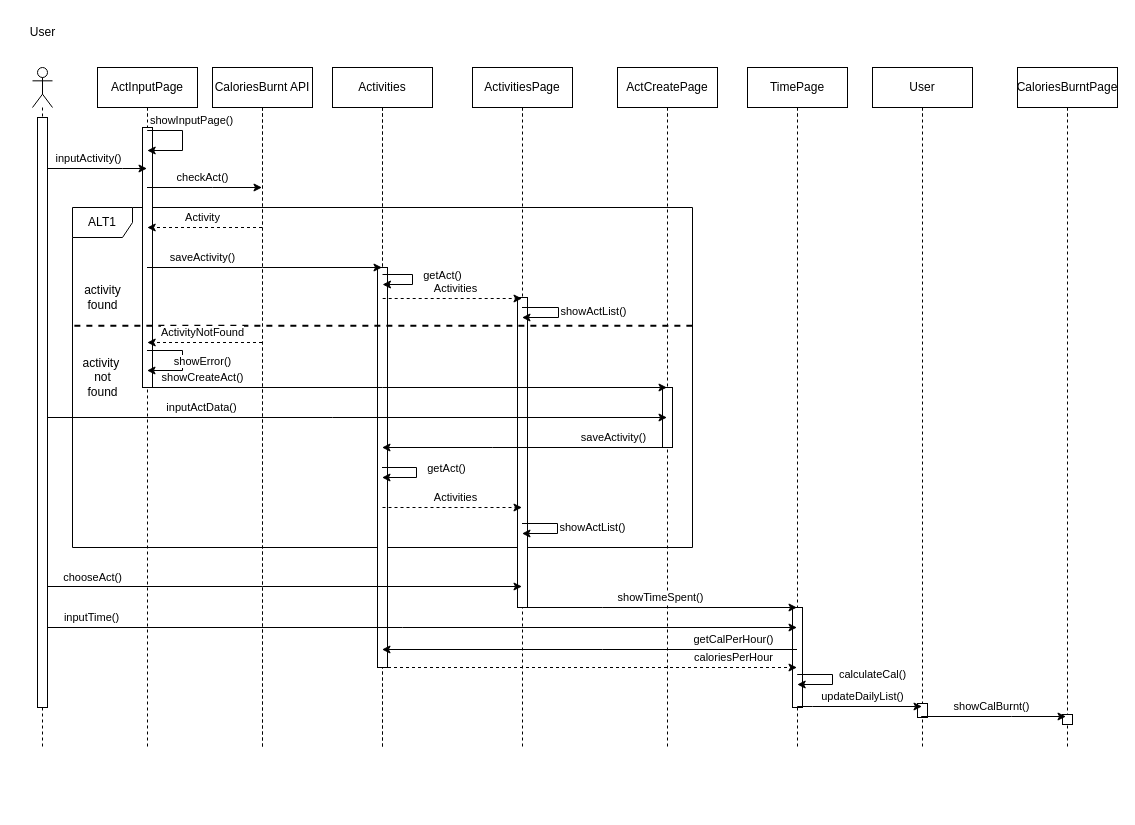
Before: ΤΕΛΙΚΟ ΠΑΡΑΔΟΤΕΟ/Sequence-diagrams-v1.0/sd_άθληση_και_υπολογισμός_θερμίδων.drawio in Dionkaps/Eu-Zin, a draw.io diagram. Source tidied: cells renumbered, new cells numbered last; positions are measured from the earlier drawing's top-left corner, leaving out a move shared by most shapes. Both pictures are drawn from the tidied source at 100%, with x=0, y=0 at pixel (17, 17).
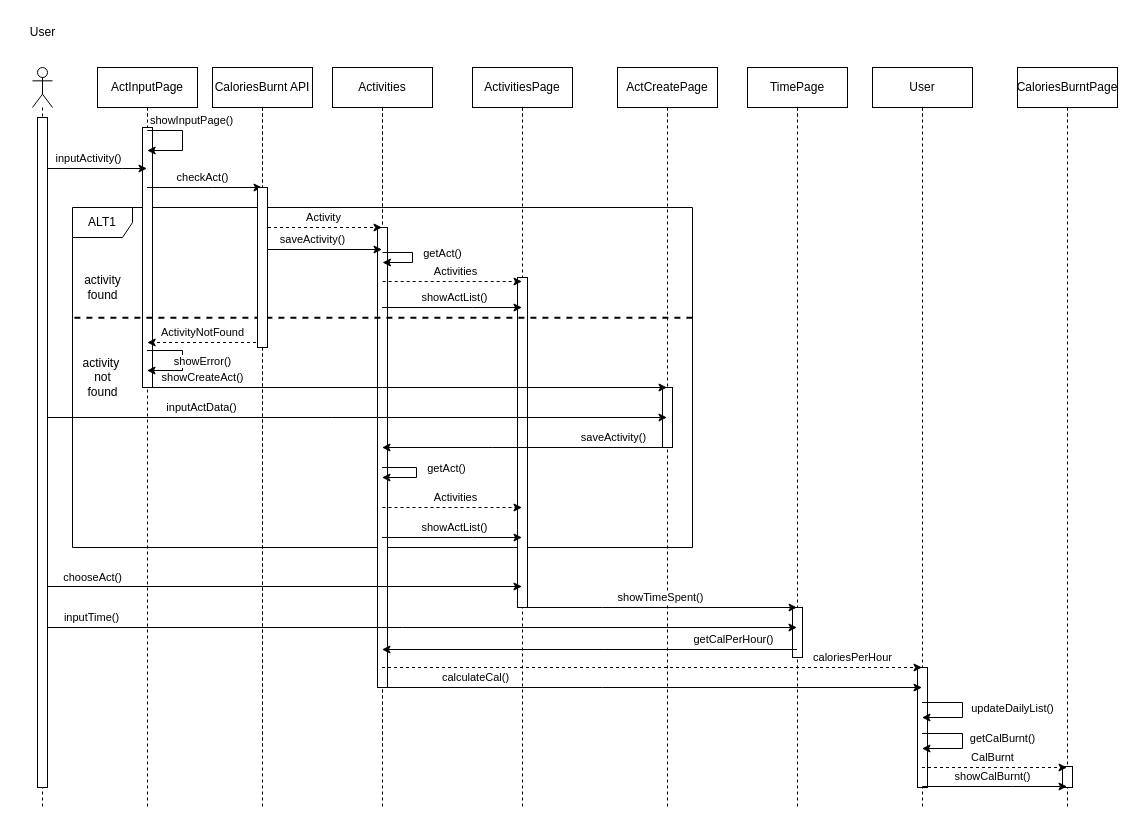
Above is the later version.

Unchanged cells that the change refers to:
```xml
<mxCell id="4" value="ALT1" style="shape=umlFrame;whiteSpace=wrap;html=1;" parent="1" vertex="1">
  <mxGeometry x="55" y="190" width="620" height="340" as="geometry" />
</mxCell>
<mxCell id="5" style="shape=umlLifeline;perimeter=lifelinePerimeter;whiteSpace=wrap;html=1;outlineConnect=0;portConstraint=eastwest;newEdgeStyle={&quot;edgeStyle&quot;:&quot;elbowEdgeStyle&quot;,&quot;elbow&quot;:&quot;vertical&quot;,&quot;curved&quot;:0,&quot;rounded&quot;:0};participant=umlEntity;" parent="1" vertex="1">
  <mxGeometry x="345" y="50" width="40" height="680" as="geometry" />
</mxCell>
```

What changed in the source:
```diff
@@
     <mxCell id="2" style="shape=umlLifeline;perimeter=lifelinePerimeter;whiteSpace=wrap;html=1;outlineConnect=0;portConstraint=eastwest;newEdgeStyle={&quot;edgeStyle&quot;:&quot;elbowEdgeStyle&quot;,&quot;elbow&quot;:&quot;vertical&quot;,&quot;curved&quot;:0,&quot;rounded&quot;:0};participant=umlBoundary;" parent="1" vertex="1">
-      <mxGeometry x="625" y="50" width="50" height="680" as="geometry" />
+      <mxGeometry x="625" y="50" width="50" height="740" as="geometry" />
     </mxCell>
@@
     <mxCell id="7" style="shape=umlLifeline;perimeter=lifelinePerimeter;whiteSpace=wrap;html=1;outlineConnect=0;portConstraint=eastwest;newEdgeStyle={&quot;edgeStyle&quot;:&quot;elbowEdgeStyle&quot;,&quot;elbow&quot;:&quot;vertical&quot;,&quot;curved&quot;:0,&quot;rounded&quot;:0};participant=umlActor;" parent="1" vertex="1">
-      <mxGeometry x="15" y="50" width="20" height="680" as="geometry" />
+      <mxGeometry x="15" y="50" width="20" height="740" as="geometry" />
     </mxCell>
     <mxCell id="8" style="shape=umlLifeline;perimeter=lifelinePerimeter;whiteSpace=wrap;html=1;outlineConnect=0;portConstraint=eastwest;newEdgeStyle={&quot;edgeStyle&quot;:&quot;elbowEdgeStyle&quot;,&quot;elbow&quot;:&quot;vertical&quot;,&quot;curved&quot;:0,&quot;rounded&quot;:0};participant=umlBoundary;" parent="1" vertex="1">
-      <mxGeometry x="105" y="50" width="50" height="680" as="geometry" />
+      <mxGeometry x="105" y="50" width="50" height="740" as="geometry" />
     </mxCell>
     <mxCell id="9" style="shape=umlLifeline;perimeter=lifelinePerimeter;whiteSpace=wrap;html=1;outlineConnect=0;portConstraint=eastwest;newEdgeStyle={&quot;edgeStyle&quot;:&quot;elbowEdgeStyle&quot;,&quot;elbow&quot;:&quot;vertical&quot;,&quot;curved&quot;:0,&quot;rounded&quot;:0};participant=umlBoundary;" parent="1" vertex="1">
-      <mxGeometry x="480" y="50" width="50" height="680" as="geometry" />
+      <mxGeometry x="480" y="50" width="50" height="740" as="geometry" />
     </mxCell>
     <mxCell id="10" style="shape=umlLifeline;perimeter=lifelinePerimeter;whiteSpace=wrap;html=1;newEdgeStyle={&quot;edgeStyle&quot;:&quot;elbowEdgeStyle&quot;,&quot;elbow&quot;:&quot;vertical&quot;,&quot;curved&quot;:0,&quot;rounded&quot;:0};participant=umlBoundary;" parent="1" vertex="1">
-      <mxGeometry x="755" y="50" width="50" height="680" as="geometry" />
+      <mxGeometry x="755" y="50" width="50" height="740" as="geometry" />
     </mxCell>
     <mxCell id="11" style="shape=umlLifeline;perimeter=lifelinePerimeter;whiteSpace=wrap;html=1;outlineConnect=0;portConstraint=eastwest;newEdgeStyle={&quot;edgeStyle&quot;:&quot;elbowEdgeStyle&quot;,&quot;elbow&quot;:&quot;vertical&quot;,&quot;curved&quot;:0,&quot;rounded&quot;:0};participant=umlBoundary;" parent="1" vertex="1">
-      <mxGeometry x="1025" y="50" width="50" height="680" as="geometry" />
+      <mxGeometry x="1025" y="50" width="50" height="740" as="geometry" />
     </mxCell>
     <mxCell id="12" style="shape=umlLifeline;perimeter=lifelinePerimeter;whiteSpace=wrap;html=1;outlineConnect=0;portConstraint=eastwest;newEdgeStyle={&quot;edgeStyle&quot;:&quot;elbowEdgeStyle&quot;,&quot;elbow&quot;:&quot;vertical&quot;,&quot;curved&quot;:0,&quot;rounded&quot;:0};participant=umlEntity;" parent="1" vertex="1">
-      <mxGeometry x="885" y="50" width="40" height="680" as="geometry" />
+      <mxGeometry x="885" y="50" width="40" height="740" as="geometry" />
     </mxCell>
     <mxCell id="13" style="shape=umlLifeline;perimeter=lifelinePerimeter;whiteSpace=wrap;html=1;outlineConnect=0;portConstraint=eastwest;newEdgeStyle={&quot;edgeStyle&quot;:&quot;elbowEdgeStyle&quot;,&quot;elbow&quot;:&quot;vertical&quot;,&quot;curved&quot;:0,&quot;rounded&quot;:0};participant=umlEntity;" parent="1" vertex="1">
-      <mxGeometry x="345" y="50" width="40" height="680" as="geometry" />
+      <mxGeometry x="345" y="50" width="40" height="740" as="geometry" />
     </mxCell>
     <mxCell id="14" style="shape=umlLifeline;perimeter=lifelinePerimeter;whiteSpace=wrap;html=1;outlineConnect=0;portConstraint=eastwest;newEdgeStyle={&quot;edgeStyle&quot;:&quot;elbowEdgeStyle&quot;,&quot;elbow&quot;:&quot;vertical&quot;,&quot;curved&quot;:0,&quot;rounded&quot;:0};participant=umlEntity;" parent="1" vertex="1">
-      <mxGeometry x="225" y="50" width="40" height="680" as="geometry" />
+      <mxGeometry x="225" y="50" width="40" height="740" as="geometry" />
     </mxCell>
@@
     <mxCell id="16" style="html=1;perimeter=orthogonalPerimeter;" parent="1" vertex="1">
-      <mxGeometry x="360" y="250" width="10" height="400" as="geometry" />
+      <mxGeometry x="360" y="210" width="10" height="460" as="geometry" />
     </mxCell>
     <mxCell id="17" style="html=1;perimeter=orthogonalPerimeter;" parent="1" vertex="1">
-      <mxGeometry x="500" y="280" width="10" height="310" as="geometry" />
+      <mxGeometry x="500" y="260" width="10" height="330" as="geometry" />
     </mxCell>
     <mxCell id="18" style="html=1;perimeter=orthogonalPerimeter;" parent="1" vertex="1">
-      <mxGeometry x="775" y="590" width="10" height="100" as="geometry" />
+      <mxGeometry x="775" y="590" width="10" height="50" as="geometry" />
     </mxCell>
     <mxCell id="19" style="html=1;perimeter=orthogonalPerimeter;" parent="1" vertex="1">
-      <mxGeometry x="900" y="686" width="10" height="14" as="geometry" />
+      <mxGeometry x="900" y="650" width="10" height="120" as="geometry" />
     </mxCell>
     <mxCell id="20" style="html=1;perimeter=orthogonalPerimeter;" parent="1" vertex="1">
-      <mxGeometry x="1045" y="697" width="10" height="10" as="geometry" />
+      <mxGeometry x="1045" y="749" width="10" height="21" as="geometry" />
     </mxCell>
@@
-    <mxCell id="23" value="saveActivity()" style="endArrow=classic;html=1;rounded=0;" parent="1" edge="1" source="8" target="5">
-      <mxGeometry x="-0.53" y="10" relative="1" as="geometry">
+    <mxCell id="23" value="saveActivity()" style="endArrow=classic;html=1;rounded=0;" parent="1" edge="1">
+      <mxGeometry x="-0.16" y="10" relative="1" as="geometry">
+        <mxPoint x="244.5" y="232" as="sourcePoint" />
+        <mxPoint x="364.5" y="232" as="targetPoint" />
         <Array as="points">
-          <mxPoint x="245" y="250" />
+          <mxPoint x="245" y="232" />
         </Array>
       </mxGeometry>
     </mxCell>
     <mxCell id="24" value="Activities" style="endArrow=classic;html=1;rounded=0;dashed=1;" parent="1" edge="1">
       <mxGeometry x="0.05" y="10" relative="1" as="geometry">
-        <mxPoint x="365.2" y="281" as="sourcePoint" />
-        <mxPoint x="504.5" y="281" as="targetPoint" />
+        <mxPoint x="365.2" y="264" as="sourcePoint" />
+        <mxPoint x="504.5" y="264" as="targetPoint" />
         <Array as="points">
-          <mxPoint x="433" y="281" />
+          <mxPoint x="433" y="264" />
         </Array>
       </mxGeometry>
     </mxCell>
@@
     <mxCell id="30" value="activity&lt;br&gt;found" style="text;html=1;align=center;verticalAlign=middle;strokeColor=none;fillColor=none;" parent="1" vertex="1">
-      <mxGeometry x="55" y="260" width="60" height="40" as="geometry" />
+      <mxGeometry x="55" y="250" width="60" height="40" as="geometry" />
     </mxCell>
@@
-    <mxCell id="34" value="calculateCal()" style="endArrow=classic;html=1;rounded=0;" parent="1" edge="1">
-      <mxGeometry x="-0.12" y="40" relative="1" as="geometry">
-        <mxPoint x="779.7" y="657" as="sourcePoint" />
-        <mxPoint x="779.7" y="667" as="targetPoint" />
+    <mxCell id="34" value="calculateCal()" style="endArrow=classic;html=1;rounded=0;" parent="1" edge="1" source="13" target="12">
+      <mxGeometry x="-0.66" y="10" relative="1" as="geometry">
         <Array as="points">
-          <mxPoint x="815" y="657" />
-          <mxPoint x="815" y="667" />
+          <mxPoint x="585" y="670" />
         </Array>
+        <mxPoint x="1" as="offset" />
       </mxGeometry>
     </mxCell>
-    <mxCell id="35" value="updateDailyList()" style="endArrow=classic;html=1;rounded=0;" parent="1" edge="1">
-      <mxGeometry x="0.04" y="10" relative="1" as="geometry">
-        <mxPoint x="779.7" y="689" as="sourcePoint" />
-        <mxPoint x="904.5" y="689" as="targetPoint" />
-        <Array as="points">
-          <mxPoint x="795" y="689" />
-        </Array>
-      </mxGeometry>
-    </mxCell>
@@
     <mxCell id="38" value="getAct()" style="endArrow=classic;html=1;rounded=0;" parent="1" edge="1">
       <mxGeometry x="-0.11" y="30" relative="1" as="geometry">
-        <mxPoint x="365" y="257" as="sourcePoint" />
-        <mxPoint x="365" y="267" as="targetPoint" />
+        <mxPoint x="365" y="235" as="sourcePoint" />
+        <mxPoint x="365" y="245" as="targetPoint" />
         <Array as="points">
-          <mxPoint x="395" y="257" />
-          <mxPoint x="395" y="267" />
+          <mxPoint x="395" y="235" />
+          <mxPoint x="395" y="245" />
         </Array>
       </mxGeometry>
     </mxCell>
@@
-    <mxCell id="40" value="showActList()" style="endArrow=classic;html=1;rounded=0;" parent="1" edge="1" source="9" target="9">
-      <mxGeometry x="-0.03" y="35" relative="1" as="geometry">
+    <mxCell id="40" value="showActList()" style="endArrow=classic;html=1;rounded=0;" parent="1" edge="1">
+      <mxGeometry x="0.01" y="10" relative="1" as="geometry">
+        <mxPoint x="364.5" y="520" as="sourcePoint" />
+        <mxPoint x="504.5" y="520" as="targetPoint" />
         <Array as="points">
-          <mxPoint x="540" y="506" />
-          <mxPoint x="540" y="516" />
+          <mxPoint x="455" y="520" />
         </Array>
+        <mxPoint x="1" as="offset" />
       </mxGeometry>
     </mxCell>
-    <mxCell id="41" value="showActList()" style="endArrow=classic;html=1;rounded=0;" parent="1" edge="1" source="9" target="9">
-      <mxGeometry x="-0.03" y="35" relative="1" as="geometry">
+    <mxCell id="41" value="showActList()" style="endArrow=classic;html=1;rounded=0;" parent="1" edge="1" source="13" target="9">
+      <mxGeometry x="0.01" y="10" relative="1" as="geometry">
         <Array as="points">
-          <mxPoint x="541" y="290" />
-          <mxPoint x="541" y="300" />
+          <mxPoint x="455" y="290" />
         </Array>
+        <mxPoint x="1" as="offset" />
       </mxGeometry>
     </mxCell>
     <mxCell id="42" value="showCalBurnt()" style="endArrow=classic;html=1;rounded=0;" parent="1" edge="1">
       <mxGeometry x="-0.03" y="10" relative="1" as="geometry">
-        <mxPoint x="903.7" y="699" as="sourcePoint" />
-        <mxPoint x="1048.5" y="699" as="targetPoint" />
+        <mxPoint x="904.8" y="769" as="sourcePoint" />
+        <mxPoint x="1049.5" y="769" as="targetPoint" />
         <Array as="points">
-          <mxPoint x="994" y="699" />
+          <mxPoint x="995" y="769" />
         </Array>
       </mxGeometry>
     </mxCell>
@@
     <mxCell id="51" style="html=1;perimeter=orthogonalPerimeter;" parent="1" vertex="1">
-      <mxGeometry x="20" y="100" width="10" height="590" as="geometry" />
+      <mxGeometry x="20" y="100" width="10" height="670" as="geometry" />
     </mxCell>
-    <mxCell id="52" style="endArrow=none;dashed=1;html=1;rounded=0;exitX=0.003;exitY=0.348;exitDx=0;exitDy=0;exitPerimeter=0;entryX=1.003;entryY=0.348;entryDx=0;entryDy=0;entryPerimeter=0;strokeWidth=2;" parent="1" edge="1" source="4" target="4">
-      <mxGeometry relative="1" as="geometry" />
+    <mxCell id="52" style="endArrow=none;dashed=1;html=1;rounded=0;exitX=0.003;exitY=0.348;exitDx=0;exitDy=0;exitPerimeter=0;entryX=1.003;entryY=0.348;entryDx=0;entryDy=0;entryPerimeter=0;strokeWidth=2;" parent="1" edge="1">
+      <mxGeometry relative="1" as="geometry">
+        <mxPoint x="56.9" y="300.3" as="sourcePoint" />
+        <mxPoint x="676.9" y="300.3" as="targetPoint" />
+      </mxGeometry>
     </mxCell>
@@
-    <mxCell id="54" value="Activity" style="endArrow=classic;html=1;rounded=0;dashed=1;" parent="1" edge="1">
-      <mxGeometry x="0.04" y="-10" relative="1" as="geometry">
+    <mxCell id="54" value="Activity" style="endArrow=classic;html=1;rounded=0;dashed=1;" parent="1" edge="1" target="13">
+      <mxGeometry x="0.01" y="10" relative="1" as="geometry">
         <mxPoint x="244.5" y="210" as="sourcePoint" />
-        <mxPoint x="129.7" y="210" as="targetPoint" />
         <Array as="points">
-          <mxPoint x="205" y="210" />
+          <mxPoint x="285" y="210" />
         </Array>
       </mxGeometry>
     </mxCell>
@@
-    <mxCell id="57" value="caloriesPerHour" style="endArrow=classic;html=1;rounded=0;dashed=1;" parent="1" edge="1">
-      <mxGeometry x="0.69" y="10" relative="1" as="geometry">
+    <mxCell id="57" value="caloriesPerHour" style="endArrow=classic;html=1;rounded=0;dashed=1;" parent="1" edge="1" target="12">
+      <mxGeometry x="0.74" y="10" relative="1" as="geometry">
         <mxPoint x="364.5" y="650" as="sourcePoint" />
-        <mxPoint x="779.5" y="650" as="targetPoint" />
         <Array as="points">
           <mxPoint x="575" y="650" />
         </Array>
       </mxGeometry>
     </mxCell>
+    <mxCell id="58" style="html=1;perimeter=orthogonalPerimeter;" parent="1" vertex="1">
+      <mxGeometry x="240" y="170" width="10" height="160" as="geometry" />
+    </mxCell>
+    <mxCell id="35" value="updateDailyList()" style="endArrow=classic;html=1;rounded=0;" parent="1" edge="1" target="12">
+      <mxGeometry x="-0.05" y="50" relative="1" as="geometry">
+        <mxPoint x="904.5" y="685" as="sourcePoint" />
+        <Array as="points">
+          <mxPoint x="945" y="685" />
+          <mxPoint x="945" y="700" />
+        </Array>
+      </mxGeometry>
+    </mxCell>
+    <mxCell id="59" value="getCalBurnt()" style="endArrow=classic;html=1;rounded=0;" parent="1" edge="1" source="12" target="12">
+      <mxGeometry x="-0.07" y="40" relative="1" as="geometry">
+        <Array as="points">
+          <mxPoint x="945" y="716" />
+          <mxPoint x="945" y="731" />
+        </Array>
+      </mxGeometry>
+    </mxCell>
+    <mxCell id="60" value="CalBurnt" style="endArrow=classic;html=1;rounded=0;dashed=1;" parent="1" edge="1" source="12" target="11">
+      <mxGeometry x="-0.03" y="10" relative="1" as="geometry">
+        <Array as="points">
+          <mxPoint x="975" y="750" />
+        </Array>
+      </mxGeometry>
+    </mxCell>
```
